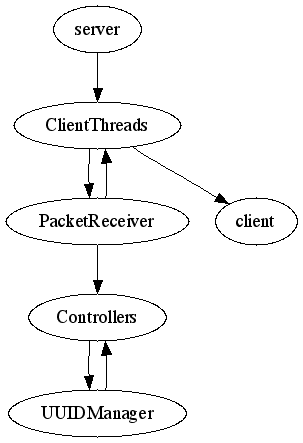
Before: figures/calico_arch.png, a diagram exported from Graphviz (webdestroya/thesis). Its source is kept beside it as figures/calico_arch.dot. The source it was exported from:
```dot
digraph calico {
  server -> ClientThreads;
  ClientThreads -> PacketReceiver -> ClientThreads;
  PacketReceiver -> Controllers;
  Controllers -> UUIDManager -> Controllers;
  ClientThreads -> client;
}
```
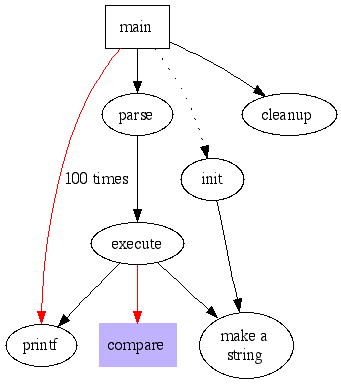
The same diagram one commit later.

What changed in the source:
```diff
@@ -1,7 +1,26 @@
+/*
 digraph calico {
+  size="7,4";
   server -> ClientThreads;
   ClientThreads -> PacketReceiver -> ClientThreads;
   PacketReceiver -> Controllers;
   Controllers -> UUIDManager -> Controllers;
   ClientThreads -> client;
 }
+*/
+
+digraph G {
+  size ="4,4";
+  main [shape=box]; /* this is a comment */
+  main -> parse [weight=8];
+  parse -> execute;
+  main -> init [style=dotted];
+  main -> cleanup;
+  execute -> { make_string; printf}
+  init -> make_string;
+  edge [color=red]; // so is this
+  main -> printf [style=bold,label="100 times"];
+  make_string [label="make a\nstring"];
+  node [shape=box,style=filled,color=".7 .3 1.0"];
+  execute -> compare;
+}
```
